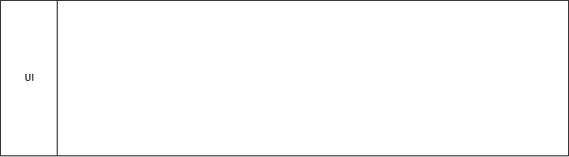
Above: DDD_Layered_Architecture_Template.PNG in stsiwo/ddd_concept (draw.io), before the change. Source tidied: cells renumbered, new cells last; positions are measured from the earlier drawing's top-left corner, leaving out a move shared by most shapes. Source of this version:
```xml
<mxGraphModel background="#FFFFFF">
  <root>
    <mxCell id="0" />
    <mxCell id="1" parent="0" />
    <mxCell id="2" value="UI" style="swimlane;direction=north;startSize=73;" parent="1" vertex="1">
      <mxGeometry width="730" height="200" as="geometry" />
    </mxCell>
  </root>
</mxGraphModel>
```
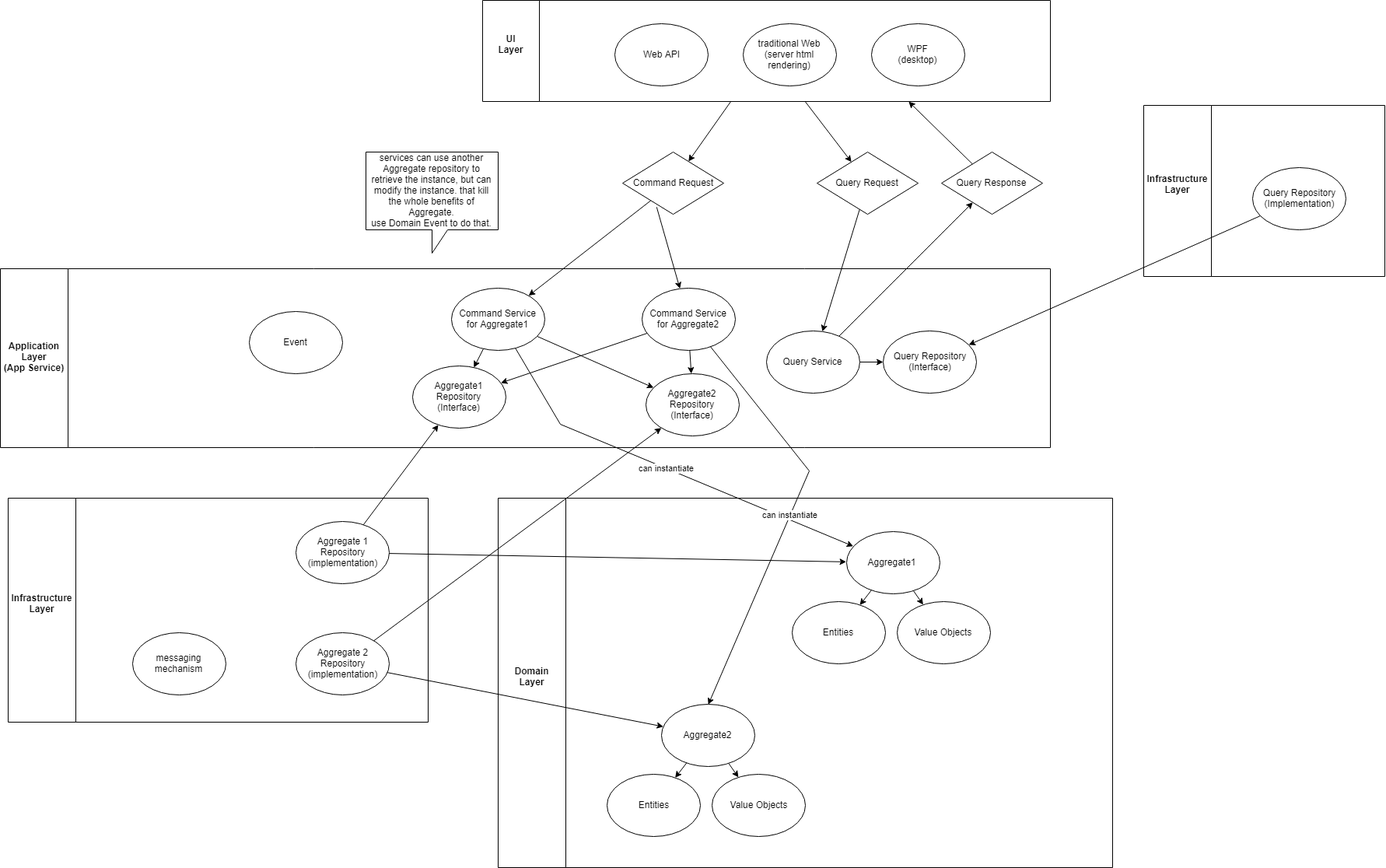
Above is the later version.

The edit, as a diff of the source:
```diff
@@ -2,8 +2,181 @@
   <root>
     <mxCell id="0" />
     <mxCell id="1" parent="0" />
+    <mxCell id="3" style="rounded=0;jettySize=auto;html=1;" parent="1" edge="1" source="2" target="22">
+      <mxGeometry relative="1" as="geometry" />
+    </mxCell>
+    <mxCell id="4" style="edgeStyle=none;rounded=0;jettySize=auto;html=1;" parent="1" edge="1" source="2" target="24">
+      <mxGeometry relative="1" as="geometry" />
+    </mxCell>
-    <mxCell id="2" value="UI" style="swimlane;direction=north;startSize=73;" parent="1" vertex="1">
-      <mxGeometry width="730" height="200" as="geometry" />
+    <mxCell id="2" value="UI&#10;Layer&#10;" style="swimlane;direction=north;startSize=73;" parent="1" vertex="1">
+      <mxGeometry width="730" height="130" as="geometry" />
     </mxCell>
+    <mxCell id="5" value="Web API" style="ellipse;whiteSpace=wrap;html=1;" parent="2" vertex="1">
+      <mxGeometry x="170" y="30" width="120" height="80" as="geometry" />
+    </mxCell>
+    <mxCell id="6" value="WPF&lt;br&gt;(desktop)&lt;br&gt;" style="ellipse;whiteSpace=wrap;html=1;" parent="2" vertex="1">
+      <mxGeometry x="500" y="30" width="120" height="80" as="geometry" />
+    </mxCell>
+    <mxCell id="7" value="traditional Web&lt;br&gt;(server html rendering)&lt;br&gt;" style="ellipse;whiteSpace=wrap;html=1;" parent="2" vertex="1">
+      <mxGeometry x="335" y="30" width="120" height="80" as="geometry" />
+    </mxCell>
+    <mxCell id="8" value="Application&#10;Layer&#10;(App Service)" style="swimlane;direction=north;startSize=87;" parent="1" vertex="1">
+      <mxGeometry x="-620" y="345" width="1350" height="230" as="geometry" />
+    </mxCell>
+    <mxCell id="9" style="edgeStyle=none;rounded=0;jettySize=auto;html=1;" parent="8" edge="1" source="10" target="11">
+      <mxGeometry relative="1" as="geometry" />
+    </mxCell>
+    <mxCell id="10" value="Query Service" style="ellipse;whiteSpace=wrap;html=1;" parent="8" vertex="1">
+      <mxGeometry x="985" y="80" width="120" height="80" as="geometry" />
+    </mxCell>
+    <mxCell id="11" value="Query Repository&lt;br&gt;(Interface)&lt;br&gt;" style="ellipse;whiteSpace=wrap;html=1;" parent="8" vertex="1">
+      <mxGeometry x="1135" y="80" width="120" height="80" as="geometry" />
+    </mxCell>
+    <mxCell id="12" style="edgeStyle=none;rounded=0;jettySize=auto;html=1;" parent="8" edge="1" source="14" target="15">
+      <mxGeometry relative="1" as="geometry" />
+    </mxCell>
+    <mxCell id="13" style="edgeStyle=none;rounded=0;jettySize=auto;html=1;" parent="8" edge="1" source="14" target="16">
+      <mxGeometry relative="1" as="geometry" />
+    </mxCell>
+    <mxCell id="14" value="Command Service&lt;br&gt;for Aggregate1&lt;br&gt;" style="ellipse;whiteSpace=wrap;html=1;" parent="8" vertex="1">
+      <mxGeometry x="580" y="25" width="120" height="80" as="geometry" />
+    </mxCell>
+    <mxCell id="15" value="Aggregate1&lt;br&gt;Repository&lt;br&gt;(Interface)&lt;br&gt;" style="ellipse;whiteSpace=wrap;html=1;" parent="8" vertex="1">
+      <mxGeometry x="530" y="125" width="120" height="80" as="geometry" />
+    </mxCell>
+    <mxCell id="16" value="Aggregate2&lt;br&gt;Repository&lt;br&gt;(Interface)&lt;br&gt;" style="ellipse;whiteSpace=wrap;html=1;" parent="8" vertex="1">
+      <mxGeometry x="830" y="135" width="120" height="80" as="geometry" />
+    </mxCell>
+    <mxCell id="17" style="edgeStyle=none;rounded=0;jettySize=auto;html=1;" parent="8" edge="1" source="18" target="15">
+      <mxGeometry relative="1" as="geometry" />
+    </mxCell>
+    <mxCell id="18" value="Command Service&lt;br&gt;for Aggregate2&lt;br&gt;" style="ellipse;whiteSpace=wrap;html=1;" parent="8" vertex="1">
+      <mxGeometry x="825" y="25" width="120" height="80" as="geometry" />
+    </mxCell>
+    <mxCell id="19" style="edgeStyle=none;rounded=0;jettySize=auto;html=1;" parent="8" edge="1" source="18" target="16">
+      <mxGeometry relative="1" as="geometry" />
+    </mxCell>
+    <mxCell id="20" value="Event" style="ellipse;whiteSpace=wrap;html=1;" parent="8" vertex="1">
+      <mxGeometry x="320" y="55" width="120" height="80" as="geometry" />
+    </mxCell>
+    <mxCell id="21" style="edgeStyle=none;rounded=0;jettySize=auto;html=1;" parent="1" edge="1" source="22" target="14">
+      <mxGeometry relative="1" as="geometry" />
+    </mxCell>
+    <mxCell id="22" value="Command Request" style="rhombus;whiteSpace=wrap;html=1;" parent="1" vertex="1">
+      <mxGeometry x="180" y="195" width="130" height="80" as="geometry" />
+    </mxCell>
+    <mxCell id="23" style="edgeStyle=none;rounded=0;jettySize=auto;html=1;" parent="1" edge="1" source="24" target="10">
+      <mxGeometry relative="1" as="geometry" />
+    </mxCell>
+    <mxCell id="24" value="Query Request" style="rhombus;whiteSpace=wrap;html=1;" parent="1" vertex="1">
+      <mxGeometry x="430" y="195" width="130" height="80" as="geometry" />
+    </mxCell>
+    <mxCell id="25" style="edgeStyle=none;rounded=0;jettySize=auto;html=1;entryX=0;entryY=0.75;entryDx=0;entryDy=0;" parent="1" edge="1" source="26" target="2">
+      <mxGeometry relative="1" as="geometry" />
+    </mxCell>
+    <mxCell id="26" value="Query Response" style="rhombus;whiteSpace=wrap;html=1;" parent="1" vertex="1">
+      <mxGeometry x="590" y="195" width="130" height="80" as="geometry" />
+    </mxCell>
+    <mxCell id="27" style="edgeStyle=none;rounded=0;jettySize=auto;html=1;" parent="1" edge="1" source="10" target="26">
+      <mxGeometry relative="1" as="geometry" />
+    </mxCell>
+    <mxCell id="28" value="Domain&#10;Layer&#10;" style="swimlane;direction=north;startSize=87;" parent="1" vertex="1">
+      <mxGeometry x="20" y="640" width="790" height="475" as="geometry" />
+    </mxCell>
+    <mxCell id="29" style="edgeStyle=none;rounded=0;jettySize=auto;html=1;" parent="28" edge="1" source="31" target="32">
+      <mxGeometry relative="1" as="geometry" />
+    </mxCell>
+    <mxCell id="30" style="edgeStyle=none;rounded=0;jettySize=auto;html=1;" parent="28" edge="1" source="31" target="33">
+      <mxGeometry relative="1" as="geometry" />
+    </mxCell>
+    <mxCell id="31" value="Aggregate1" style="ellipse;whiteSpace=wrap;html=1;" parent="28" vertex="1">
+      <mxGeometry x="447.5" y="43" width="120" height="80" as="geometry" />
+    </mxCell>
+    <mxCell id="32" value="Entities" style="ellipse;whiteSpace=wrap;html=1;" parent="28" vertex="1">
+      <mxGeometry x="377.5" y="133" width="120" height="80" as="geometry" />
+    </mxCell>
+    <mxCell id="33" value="Value Objects" style="ellipse;whiteSpace=wrap;html=1;" parent="28" vertex="1">
+      <mxGeometry x="512.5" y="133" width="120" height="80" as="geometry" />
+    </mxCell>
+    <mxCell id="34" style="edgeStyle=none;rounded=0;jettySize=auto;html=1;" parent="28" edge="1" target="x">
+      <mxGeometry relative="1" as="geometry">
+        <mxPoint x="607.4" y="100.5" as="sourcePoint" />
+      </mxGeometry>
+    </mxCell>
+    <mxCell id="35" style="edgeStyle=none;rounded=0;jettySize=auto;html=1;" parent="28" edge="1" target="x">
+      <mxGeometry relative="1" as="geometry">
+        <mxPoint x="661.3" y="101" as="sourcePoint" />
+      </mxGeometry>
+    </mxCell>
+    <mxCell id="36" style="edgeStyle=none;rounded=0;jettySize=auto;html=1;" parent="28" edge="1" source="38" target="39">
+      <mxGeometry relative="1" as="geometry" />
+    </mxCell>
+    <mxCell id="37" style="edgeStyle=none;rounded=0;jettySize=auto;html=1;" parent="28" edge="1" source="38" target="40">
+      <mxGeometry relative="1" as="geometry" />
+    </mxCell>
+    <mxCell id="38" value="Aggregate2" style="ellipse;whiteSpace=wrap;html=1;" parent="28" vertex="1">
+      <mxGeometry x="210" y="265" width="120" height="80" as="geometry" />
+    </mxCell>
+    <mxCell id="39" value="Entities" style="ellipse;whiteSpace=wrap;html=1;" parent="28" vertex="1">
+      <mxGeometry x="140" y="355" width="120" height="80" as="geometry" />
+    </mxCell>
+    <mxCell id="40" value="Value Objects" style="ellipse;whiteSpace=wrap;html=1;" parent="28" vertex="1">
+      <mxGeometry x="275" y="355" width="120" height="80" as="geometry" />
+    </mxCell>
+    <mxCell id="41" value="Infrastructure&#10;Layer&#10;" style="swimlane;direction=north;startSize=87;" parent="1" vertex="1">
+      <mxGeometry x="850" y="135" width="310" height="220" as="geometry" />
+    </mxCell>
+    <mxCell id="42" value="Query Repository&lt;br&gt;(Implementation)&lt;br&gt;" style="ellipse;whiteSpace=wrap;html=1;" parent="41" vertex="1">
+      <mxGeometry x="140" y="80" width="120" height="80" as="geometry" />
+    </mxCell>
+    <mxCell id="43" style="edgeStyle=none;rounded=0;jettySize=auto;html=1;" parent="1" edge="1" source="42" target="11">
+      <mxGeometry relative="1" as="geometry" />
+    </mxCell>
+    <mxCell id="44" value="can instantiate" style="edgeStyle=none;rounded=0;jettySize=auto;html=1;" parent="1" edge="1" source="14" target="31">
+      <mxGeometry relative="1" as="geometry">
+        <Array as="points">
+          <mxPoint x="100" y="545" />
+        </Array>
+      </mxGeometry>
+    </mxCell>
+    <mxCell id="45" style="edgeStyle=none;rounded=0;jettySize=auto;html=1;" parent="1" edge="1" target="18">
+      <mxGeometry relative="1" as="geometry">
+        <mxPoint x="223.8" y="265.8" as="sourcePoint" />
+      </mxGeometry>
+    </mxCell>
+    <mxCell id="46" value="can instantiate" style="edgeStyle=none;rounded=0;jettySize=auto;html=1;entryX=0.5;entryY=0;entryDx=0;entryDy=0;" parent="1" edge="1" source="18" target="38">
+      <mxGeometry relative="1" as="geometry">
+        <Array as="points">
+          <mxPoint x="420" y="605" />
+        </Array>
+      </mxGeometry>
+    </mxCell>
+    <mxCell id="47" value="Infrastructure&#10;Layer&#10;" style="swimlane;direction=north;startSize=87;" parent="1" vertex="1">
+      <mxGeometry x="-610" y="640" width="540" height="288" as="geometry" />
+    </mxCell>
+    <mxCell id="48" value="Aggregate 1&lt;br&gt;Repository&lt;br&gt;(implementation)&lt;br&gt;" style="ellipse;whiteSpace=wrap;html=1;" parent="47" vertex="1">
+      <mxGeometry x="370" y="30" width="120" height="80" as="geometry" />
+    </mxCell>
+    <mxCell id="49" value="Aggregate 2&lt;br&gt;Repository&lt;br&gt;(implementation)&lt;br&gt;" style="ellipse;whiteSpace=wrap;html=1;" parent="47" vertex="1">
+      <mxGeometry x="370" y="173" width="120" height="80" as="geometry" />
+    </mxCell>
+    <mxCell id="50" value="messaging mechanism" style="ellipse;whiteSpace=wrap;html=1;" parent="47" vertex="1">
+      <mxGeometry x="160" y="173" width="120" height="80" as="geometry" />
+    </mxCell>
+    <mxCell id="51" style="edgeStyle=none;rounded=0;jettySize=auto;html=1;" parent="1" edge="1" source="48" target="15">
+      <mxGeometry relative="1" as="geometry" />
+    </mxCell>
+    <mxCell id="52" style="edgeStyle=none;rounded=0;jettySize=auto;html=1;" parent="1" edge="1" source="49" target="16">
+      <mxGeometry relative="1" as="geometry" />
+    </mxCell>
+    <mxCell id="53" style="edgeStyle=none;rounded=0;jettySize=auto;html=1;" parent="1" edge="1" source="48" target="31">
+      <mxGeometry relative="1" as="geometry" />
+    </mxCell>
+    <mxCell id="54" style="edgeStyle=none;rounded=0;jettySize=auto;html=1;" parent="1" edge="1" source="49" target="38">
+      <mxGeometry relative="1" as="geometry" />
+    </mxCell>
+    <mxCell id="55" value="services can use another Aggregate repository to retrieve the instance, but can modify the instance. that kill the whole benefits of Aggregate.&lt;br&gt;use Domain Event to do that.&lt;br&gt;" style="shape=callout;whiteSpace=wrap;html=1;perimeter=calloutPerimeter;" parent="1" vertex="1">
+      <mxGeometry x="-150" y="195" width="170" height="130" as="geometry" />
+    </mxCell>
   </root>
 </mxGraphModel>
```
